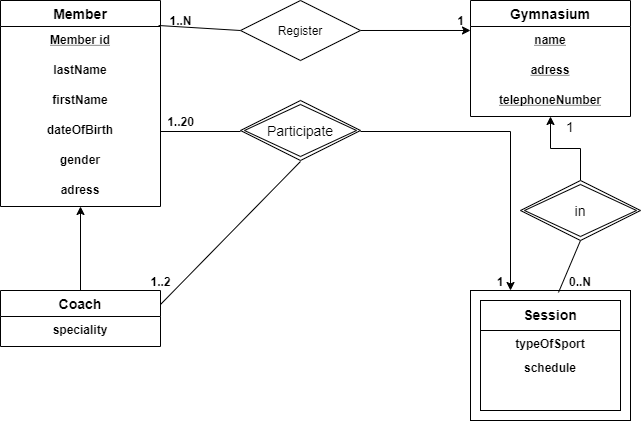
The draw.io diagram chekpoint.png in SaberGuirat/Entity-relationship-model-Checkpoint, before a commit. Source tidied: cells renumbered, new cells last; positions are measured from the earlier drawing's top-left corner, leaving out a move shared by most shapes. Source of this version:
```xml
<mxGraphModel>
  <root>
    <mxCell id="0" />
    <mxCell id="1" parent="0" />
    <mxCell id="2" value="Member" style="swimlane;fontStyle=1;horizontal=1;startSize=26;align=center;fontSize=14;" parent="1" vertex="1">
      <mxGeometry width="160" height="206" as="geometry" />
    </mxCell>
    <mxCell id="3" value="Member id" style="text;strokeColor=none;fillColor=none;spacingLeft=4;spacingRight=4;overflow=hidden;points=[[0,0.5],[1,0.5]];portConstraint=eastwest;fontSize=12;align=center;fontStyle=5;" parent="2" vertex="1">
      <mxGeometry y="26" width="160" height="30" as="geometry" />
    </mxCell>
    <mxCell id="4" value="lastName" style="text;strokeColor=none;fillColor=none;spacingLeft=4;spacingRight=4;overflow=hidden;fontSize=12;align=center;fontStyle=1;" parent="2" vertex="1">
      <mxGeometry y="56" width="160" height="30" as="geometry" />
    </mxCell>
    <mxCell id="5" value="firstName" style="text;strokeColor=none;fillColor=none;spacingLeft=4;spacingRight=4;overflow=hidden;fontSize=12;align=center;fontStyle=1;" parent="2" vertex="1">
      <mxGeometry y="86" width="160" height="30" as="geometry" />
    </mxCell>
    <mxCell id="6" value="dateOfBirth&#10;" style="text;strokeColor=none;fillColor=none;spacingLeft=4;spacingRight=4;overflow=hidden;points=[[0,0.5],[1,0.5]];portConstraint=eastwest;fontSize=12;align=center;fontStyle=1;" parent="2" vertex="1">
      <mxGeometry y="116" width="160" height="30" as="geometry" />
    </mxCell>
    <mxCell id="7" value="gender" style="text;strokeColor=none;fillColor=none;spacingLeft=4;spacingRight=4;overflow=hidden;fontSize=12;align=center;fontStyle=1;" parent="2" vertex="1">
      <mxGeometry y="146" width="160" height="30" as="geometry" />
    </mxCell>
    <mxCell id="8" value="adress&#10;" style="text;strokeColor=none;fillColor=none;spacingLeft=4;spacingRight=4;overflow=hidden;fontSize=12;align=center;fontStyle=1;" parent="2" vertex="1">
      <mxGeometry y="176" width="160" height="30" as="geometry" />
    </mxCell>
    <mxCell id="9" value="Gymnasium" style="swimlane;fontStyle=1;horizontal=1;startSize=26;align=center;fontSize=14;" parent="1" vertex="1">
      <mxGeometry x="470" width="160" height="116" as="geometry" />
    </mxCell>
    <mxCell id="10" value="name" style="text;strokeColor=none;fillColor=none;spacingLeft=4;spacingRight=4;overflow=hidden;points=[[0,0.5],[1,0.5]];portConstraint=eastwest;fontSize=12;align=center;fontStyle=5;" parent="9" vertex="1">
      <mxGeometry y="26" width="160" height="30" as="geometry" />
    </mxCell>
    <mxCell id="11" value="adress" style="text;strokeColor=none;fillColor=none;spacingLeft=4;spacingRight=4;overflow=hidden;fontSize=12;align=center;fontStyle=5;" parent="9" vertex="1">
      <mxGeometry y="56" width="160" height="30" as="geometry" />
    </mxCell>
    <mxCell id="12" value="telephoneNumber" style="text;strokeColor=none;fillColor=none;spacingLeft=4;spacingRight=4;overflow=hidden;points=[[0,0.5],[1,0.5]];portConstraint=eastwest;fontSize=12;align=center;fontStyle=5;" parent="9" vertex="1">
      <mxGeometry y="86" width="160" height="30" as="geometry" />
    </mxCell>
    <mxCell id="13" style="endArrow=none;html=1;rounded=0;exitX=0.988;exitY=-0.033;exitDx=0;exitDy=0;exitPerimeter=0;entryX=0;entryY=0.5;entryDx=0;entryDy=0;" parent="1" edge="1" source="3" target="15">
      <mxGeometry relative="1" as="geometry" />
    </mxCell>
    <mxCell id="14" style="edgeStyle=orthogonalEdgeStyle;rounded=0;jettySize=auto;html=1;fontSize=14;entryX=0;entryY=0.133;entryDx=0;entryDy=0;entryPerimeter=0;" parent="1" edge="1" source="15" target="10">
      <mxGeometry relative="1" as="geometry" />
    </mxCell>
    <mxCell id="15" value="Register&lt;br&gt;" style="shape=rhombus;perimeter=rhombusPerimeter;whiteSpace=wrap;html=1;align=center;" parent="1" vertex="1">
      <mxGeometry x="240" width="120" height="60" as="geometry" />
    </mxCell>
    <mxCell id="16" value="&lt;b&gt;1..N&lt;/b&gt;" style="text;html=1;align=center;verticalAlign=middle;" parent="1" vertex="1">
      <mxGeometry x="160" y="10" width="40" height="20" as="geometry" />
    </mxCell>
    <mxCell id="17" style="edgeStyle=orthogonalEdgeStyle;rounded=0;jettySize=auto;html=1;" parent="1" edge="1" source="18" target="2">
      <mxGeometry relative="1" as="geometry" />
    </mxCell>
    <mxCell id="18" value="Coach" style="swimlane;fontStyle=1;horizontal=1;startSize=26;align=center;fontSize=14;" parent="1" vertex="1">
      <mxGeometry y="290" width="160" height="56" as="geometry" />
    </mxCell>
    <mxCell id="19" value="speciality" style="text;strokeColor=none;fillColor=none;spacingLeft=4;spacingRight=4;overflow=hidden;fontSize=12;align=center;fontStyle=1;" parent="18" vertex="1">
      <mxGeometry y="26" width="160" height="30" as="geometry" />
    </mxCell>
    <mxCell id="20" style="whiteSpace=wrap;html=1;align=center;rounded=0;shadow=0;glass=0;sketch=0;strokeColor=#000000;fillColor=#ffffff;" parent="1" vertex="1">
      <mxGeometry x="470" y="290" width="160" height="130" as="geometry" />
    </mxCell>
    <mxCell id="21" value="Session" style="text;fillColor=none;spacingLeft=4;spacingRight=4;overflow=hidden;fontSize=14;rounded=0;shadow=0;glass=0;sketch=0;align=center;strokeColor=#000000;fontStyle=1;" parent="1" vertex="1">
      <mxGeometry x="480" y="300" width="140" height="30" as="geometry" />
    </mxCell>
    <mxCell id="22" value="typeOfSport" style="text;fillColor=none;spacingLeft=4;spacingRight=4;overflow=hidden;fontSize=12;rounded=0;shadow=0;glass=0;sketch=0;align=center;strokeColor=#000000;fontStyle=1;" parent="1" vertex="1">
      <mxGeometry x="480" y="330" width="140" height="80" as="geometry" />
    </mxCell>
    <mxCell id="23" value="&#10;schedule" style="text;fillColor=none;spacingLeft=4;spacingRight=4;overflow=hidden;fontSize=12;rounded=0;shadow=0;glass=0;sketch=0;align=center;fontStyle=1;" parent="1" vertex="1">
      <mxGeometry x="480" y="340" width="140" height="50" as="geometry" />
    </mxCell>
    <mxCell id="24" style="edgeStyle=orthogonalEdgeStyle;rounded=0;jettySize=auto;html=1;entryX=0.25;entryY=0;entryDx=0;entryDy=0;fontSize=14;" parent="1" edge="1" target="20">
      <mxGeometry relative="1" as="geometry">
        <mxPoint x="360" y="131" as="sourcePoint" />
      </mxGeometry>
    </mxCell>
    <mxCell id="25" style="endArrow=none;html=1;rounded=0;fontSize=14;exitX=0;exitY=0.5;exitDx=0;exitDy=0;entryX=1;entryY=0.5;entryDx=0;entryDy=0;" parent="1" edge="1" target="6">
      <mxGeometry relative="1" as="geometry">
        <mxPoint x="240" y="131" as="sourcePoint" />
      </mxGeometry>
    </mxCell>
    <mxCell id="26" value="&lt;b&gt;1&lt;/b&gt;" style="text;html=1;align=center;verticalAlign=middle;" parent="1" vertex="1">
      <mxGeometry x="450" y="10" width="20" height="20" as="geometry" />
    </mxCell>
    <mxCell id="27" value="&lt;b style=&quot;font-size: 12px&quot;&gt;1..20&lt;/b&gt;" style="text;html=1;align=center;verticalAlign=middle;fontSize=14;" parent="1" vertex="1">
      <mxGeometry x="160" y="110" width="40" height="20" as="geometry" />
    </mxCell>
    <mxCell id="28" value="&lt;b style=&quot;font-size: 12px&quot;&gt;1&lt;/b&gt;" style="text;html=1;strokeColor=none;fillColor=none;align=center;verticalAlign=middle;whiteSpace=wrap;rounded=0;shadow=0;glass=0;sketch=0;fontSize=14;" parent="1" vertex="1">
      <mxGeometry x="480" y="270" width="40" height="20" as="geometry" />
    </mxCell>
    <mxCell id="29" style="endArrow=none;html=1;rounded=0;fontSize=14;entryX=0.5;entryY=1;entryDx=0;entryDy=0;exitX=1;exitY=0.25;exitDx=0;exitDy=0;" parent="1" edge="1" source="18">
      <mxGeometry relative="1" as="geometry">
        <mxPoint x="300" y="161" as="targetPoint" />
      </mxGeometry>
    </mxCell>
    <mxCell id="30" value="&lt;b style=&quot;font-size: 12px&quot;&gt;1..2&lt;/b&gt;" style="text;html=1;align=center;verticalAlign=middle;fontSize=14;" parent="1" vertex="1">
      <mxGeometry x="140" y="270" width="40" height="20" as="geometry" />
    </mxCell>
    <mxCell id="31" value="Participate" style="shape=rhombus;double=1;perimeter=rhombusPerimeter;whiteSpace=wrap;html=1;align=center;rounded=0;shadow=0;glass=0;sketch=0;strokeColor=#000000;fillColor=#ffffff;fontSize=14;" parent="1" vertex="1">
      <mxGeometry x="240" y="100" width="120" height="60" as="geometry" />
    </mxCell>
    <mxCell id="32" style="edgeStyle=orthogonalEdgeStyle;rounded=0;jettySize=auto;html=1;fontSize=14;" parent="1" edge="1" target="9">
      <mxGeometry relative="1" as="geometry">
        <mxPoint x="580" y="180" as="sourcePoint" />
      </mxGeometry>
    </mxCell>
    <mxCell id="33" style="endArrow=none;html=1;rounded=0;fontSize=14;exitX=0.55;exitY=0.015;exitDx=0;exitDy=0;exitPerimeter=0;entryX=0.5;entryY=1;entryDx=0;entryDy=0;" parent="1" edge="1" source="20">
      <mxGeometry relative="1" as="geometry">
        <mxPoint x="580" y="240" as="targetPoint" />
      </mxGeometry>
    </mxCell>
    <mxCell id="34" value="&lt;span style=&quot;font-size: 12px&quot;&gt;&lt;b&gt;0..N&lt;/b&gt;&lt;/span&gt;" style="text;html=1;strokeColor=none;fillColor=none;align=center;verticalAlign=middle;whiteSpace=wrap;rounded=0;shadow=0;glass=0;sketch=0;fontSize=14;" parent="1" vertex="1">
      <mxGeometry x="560" y="270" width="40" height="20" as="geometry" />
    </mxCell>
    <mxCell id="35" value="1" style="text;html=1;strokeColor=none;fillColor=none;align=center;verticalAlign=middle;whiteSpace=wrap;rounded=0;shadow=0;glass=0;sketch=0;fontSize=14;" parent="1" vertex="1">
      <mxGeometry x="550" y="116" width="40" height="20" as="geometry" />
    </mxCell>
    <mxCell id="36" value="in" style="shape=rhombus;double=1;perimeter=rhombusPerimeter;whiteSpace=wrap;html=1;align=center;rounded=0;shadow=0;glass=0;sketch=0;strokeColor=#000000;fillColor=#ffffff;fontSize=14;" parent="1" vertex="1">
      <mxGeometry x="520" y="180" width="120" height="60" as="geometry" />
    </mxCell>
  </root>
</mxGraphModel>
```
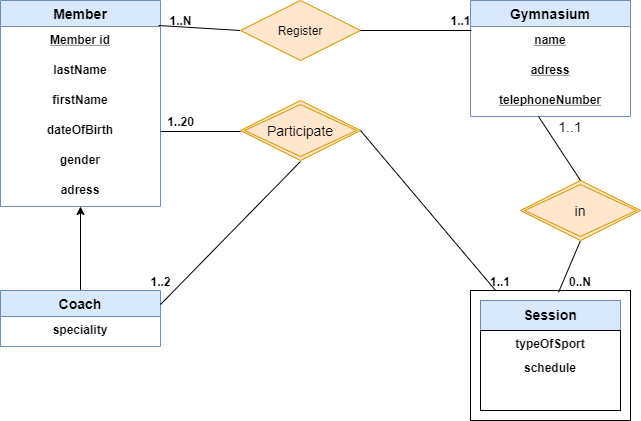
Above is the later version.

Diff of the diagram source:
```diff
@@ -2,7 +2,7 @@
   <root>
     <mxCell id="0" />
     <mxCell id="1" parent="0" />
-    <mxCell id="2" value="Member" style="swimlane;fontStyle=1;horizontal=1;startSize=26;align=center;fontSize=14;" parent="1" vertex="1">
+    <mxCell id="2" value="Member" style="swimlane;fontStyle=1;horizontal=1;startSize=26;align=center;fontSize=14;fillColor=#dae8fc;strokeColor=#6c8ebf;" parent="1" vertex="1">
       <mxGeometry width="160" height="206" as="geometry" />
     </mxCell>
     <mxCell id="3" value="Member id" style="text;strokeColor=none;fillColor=none;spacingLeft=4;spacingRight=4;overflow=hidden;points=[[0,0.5],[1,0.5]];portConstraint=eastwest;fontSize=12;align=center;fontStyle=5;" parent="2" vertex="1">
@@ -23,7 +23,7 @@
     <mxCell id="8" value="adress&#10;" style="text;strokeColor=none;fillColor=none;spacingLeft=4;spacingRight=4;overflow=hidden;fontSize=12;align=center;fontStyle=1;" parent="2" vertex="1">
       <mxGeometry y="176" width="160" height="30" as="geometry" />
     </mxCell>
-    <mxCell id="9" value="Gymnasium" style="swimlane;fontStyle=1;horizontal=1;startSize=26;align=center;fontSize=14;" parent="1" vertex="1">
+    <mxCell id="9" value="Gymnasium" style="swimlane;fontStyle=1;horizontal=1;startSize=26;align=center;fontSize=14;fillColor=#dae8fc;strokeColor=#6c8ebf;" parent="1" vertex="1">
       <mxGeometry x="470" width="160" height="116" as="geometry" />
     </mxCell>
     <mxCell id="10" value="name" style="text;strokeColor=none;fillColor=none;spacingLeft=4;spacingRight=4;overflow=hidden;points=[[0,0.5],[1,0.5]];portConstraint=eastwest;fontSize=12;align=center;fontStyle=5;" parent="9" vertex="1">
@@ -38,10 +38,7 @@
     <mxCell id="13" style="endArrow=none;html=1;rounded=0;exitX=0.988;exitY=-0.033;exitDx=0;exitDy=0;exitPerimeter=0;entryX=0;entryY=0.5;entryDx=0;entryDy=0;" parent="1" edge="1" source="3" target="15">
       <mxGeometry relative="1" as="geometry" />
     </mxCell>
-    <mxCell id="14" style="edgeStyle=orthogonalEdgeStyle;rounded=0;jettySize=auto;html=1;fontSize=14;entryX=0;entryY=0.133;entryDx=0;entryDy=0;entryPerimeter=0;" parent="1" edge="1" source="15" target="10">
-      <mxGeometry relative="1" as="geometry" />
-    </mxCell>
-    <mxCell id="15" value="Register&lt;br&gt;" style="shape=rhombus;perimeter=rhombusPerimeter;whiteSpace=wrap;html=1;align=center;" parent="1" vertex="1">
+    <mxCell id="15" value="Register&lt;br&gt;" style="shape=rhombus;perimeter=rhombusPerimeter;whiteSpace=wrap;html=1;align=center;fillColor=#ffe6cc;strokeColor=#d79b00;" parent="1" vertex="1">
       <mxGeometry x="240" width="120" height="60" as="geometry" />
     </mxCell>
     <mxCell id="16" value="&lt;b&gt;1..N&lt;/b&gt;" style="text;html=1;align=center;verticalAlign=middle;" parent="1" vertex="1">
@@ -50,7 +47,7 @@
     <mxCell id="17" style="edgeStyle=orthogonalEdgeStyle;rounded=0;jettySize=auto;html=1;" parent="1" edge="1" source="18" target="2">
       <mxGeometry relative="1" as="geometry" />
     </mxCell>
-    <mxCell id="18" value="Coach" style="swimlane;fontStyle=1;horizontal=1;startSize=26;align=center;fontSize=14;" parent="1" vertex="1">
+    <mxCell id="18" value="Coach" style="swimlane;fontStyle=1;horizontal=1;startSize=26;align=center;fontSize=14;fillColor=#dae8fc;strokeColor=#6c8ebf;" parent="1" vertex="1">
       <mxGeometry y="290" width="160" height="56" as="geometry" />
     </mxCell>
     <mxCell id="19" value="speciality" style="text;strokeColor=none;fillColor=none;spacingLeft=4;spacingRight=4;overflow=hidden;fontSize=12;align=center;fontStyle=1;" parent="18" vertex="1">
@@ -59,7 +56,7 @@
     <mxCell id="20" style="whiteSpace=wrap;html=1;align=center;rounded=0;shadow=0;glass=0;sketch=0;strokeColor=#000000;fillColor=#ffffff;" parent="1" vertex="1">
       <mxGeometry x="470" y="290" width="160" height="130" as="geometry" />
     </mxCell>
-    <mxCell id="21" value="Session" style="text;fillColor=none;spacingLeft=4;spacingRight=4;overflow=hidden;fontSize=14;rounded=0;shadow=0;glass=0;sketch=0;align=center;strokeColor=#000000;fontStyle=1;" parent="1" vertex="1">
+    <mxCell id="21" value="Session" style="text;fillColor=#dae8fc;spacingLeft=4;spacingRight=4;overflow=hidden;fontSize=14;rounded=0;shadow=0;glass=0;sketch=0;align=center;strokeColor=#6c8ebf;fontStyle=1;" parent="1" vertex="1">
       <mxGeometry x="480" y="300" width="140" height="30" as="geometry" />
     </mxCell>
     <mxCell id="22" value="typeOfSport" style="text;fillColor=none;spacingLeft=4;spacingRight=4;overflow=hidden;fontSize=12;rounded=0;shadow=0;glass=0;sketch=0;align=center;strokeColor=#000000;fontStyle=1;" parent="1" vertex="1">
@@ -68,23 +65,18 @@
     <mxCell id="23" value="&#10;schedule" style="text;fillColor=none;spacingLeft=4;spacingRight=4;overflow=hidden;fontSize=12;rounded=0;shadow=0;glass=0;sketch=0;align=center;fontStyle=1;" parent="1" vertex="1">
       <mxGeometry x="480" y="340" width="140" height="50" as="geometry" />
     </mxCell>
-    <mxCell id="24" style="edgeStyle=orthogonalEdgeStyle;rounded=0;jettySize=auto;html=1;entryX=0.25;entryY=0;entryDx=0;entryDy=0;fontSize=14;" parent="1" edge="1" target="20">
-      <mxGeometry relative="1" as="geometry">
-        <mxPoint x="360" y="131" as="sourcePoint" />
-      </mxGeometry>
-    </mxCell>
     <mxCell id="25" style="endArrow=none;html=1;rounded=0;fontSize=14;exitX=0;exitY=0.5;exitDx=0;exitDy=0;entryX=1;entryY=0.5;entryDx=0;entryDy=0;" parent="1" edge="1" target="6">
       <mxGeometry relative="1" as="geometry">
         <mxPoint x="240" y="131" as="sourcePoint" />
       </mxGeometry>
     </mxCell>
-    <mxCell id="26" value="&lt;b&gt;1&lt;/b&gt;" style="text;html=1;align=center;verticalAlign=middle;" parent="1" vertex="1">
-      <mxGeometry x="450" y="10" width="20" height="20" as="geometry" />
+    <mxCell id="26" value="&lt;b&gt;1..1&lt;/b&gt;" style="text;html=1;align=center;verticalAlign=middle;" parent="1" vertex="1">
+      <mxGeometry x="440" y="10" width="40" height="20" as="geometry" />
     </mxCell>
     <mxCell id="27" value="&lt;b style=&quot;font-size: 12px&quot;&gt;1..20&lt;/b&gt;" style="text;html=1;align=center;verticalAlign=middle;fontSize=14;" parent="1" vertex="1">
       <mxGeometry x="160" y="110" width="40" height="20" as="geometry" />
     </mxCell>
-    <mxCell id="28" value="&lt;b style=&quot;font-size: 12px&quot;&gt;1&lt;/b&gt;" style="text;html=1;strokeColor=none;fillColor=none;align=center;verticalAlign=middle;whiteSpace=wrap;rounded=0;shadow=0;glass=0;sketch=0;fontSize=14;" parent="1" vertex="1">
+    <mxCell id="28" value="&lt;b style=&quot;font-size: 12px&quot;&gt;1..1&lt;/b&gt;" style="text;html=1;strokeColor=none;fillColor=none;align=center;verticalAlign=middle;whiteSpace=wrap;rounded=0;shadow=0;glass=0;sketch=0;fontSize=14;" parent="1" vertex="1">
       <mxGeometry x="480" y="270" width="40" height="20" as="geometry" />
     </mxCell>
     <mxCell id="29" style="endArrow=none;html=1;rounded=0;fontSize=14;entryX=0.5;entryY=1;entryDx=0;entryDy=0;exitX=1;exitY=0.25;exitDx=0;exitDy=0;" parent="1" edge="1" source="18">
@@ -95,14 +87,9 @@
     <mxCell id="30" value="&lt;b style=&quot;font-size: 12px&quot;&gt;1..2&lt;/b&gt;" style="text;html=1;align=center;verticalAlign=middle;fontSize=14;" parent="1" vertex="1">
       <mxGeometry x="140" y="270" width="40" height="20" as="geometry" />
     </mxCell>
-    <mxCell id="31" value="Participate" style="shape=rhombus;double=1;perimeter=rhombusPerimeter;whiteSpace=wrap;html=1;align=center;rounded=0;shadow=0;glass=0;sketch=0;strokeColor=#000000;fillColor=#ffffff;fontSize=14;" parent="1" vertex="1">
+    <mxCell id="31" value="Participate" style="shape=rhombus;double=1;perimeter=rhombusPerimeter;whiteSpace=wrap;html=1;align=center;rounded=0;shadow=0;glass=0;sketch=0;strokeColor=#d79b00;fillColor=#ffe6cc;fontSize=14;" parent="1" vertex="1">
       <mxGeometry x="240" y="100" width="120" height="60" as="geometry" />
     </mxCell>
-    <mxCell id="32" style="edgeStyle=orthogonalEdgeStyle;rounded=0;jettySize=auto;html=1;fontSize=14;" parent="1" edge="1" target="9">
-      <mxGeometry relative="1" as="geometry">
-        <mxPoint x="580" y="180" as="sourcePoint" />
-      </mxGeometry>
-    </mxCell>
     <mxCell id="33" style="endArrow=none;html=1;rounded=0;fontSize=14;exitX=0.55;exitY=0.015;exitDx=0;exitDy=0;exitPerimeter=0;entryX=0.5;entryY=1;entryDx=0;entryDy=0;" parent="1" edge="1" source="20">
       <mxGeometry relative="1" as="geometry">
         <mxPoint x="580" y="240" as="targetPoint" />
@@ -111,11 +98,22 @@
     <mxCell id="34" value="&lt;span style=&quot;font-size: 12px&quot;&gt;&lt;b&gt;0..N&lt;/b&gt;&lt;/span&gt;" style="text;html=1;strokeColor=none;fillColor=none;align=center;verticalAlign=middle;whiteSpace=wrap;rounded=0;shadow=0;glass=0;sketch=0;fontSize=14;" parent="1" vertex="1">
       <mxGeometry x="560" y="270" width="40" height="20" as="geometry" />
     </mxCell>
-    <mxCell id="35" value="1" style="text;html=1;strokeColor=none;fillColor=none;align=center;verticalAlign=middle;whiteSpace=wrap;rounded=0;shadow=0;glass=0;sketch=0;fontSize=14;" parent="1" vertex="1">
+    <mxCell id="35" value="1..1" style="text;html=1;strokeColor=none;fillColor=none;align=center;verticalAlign=middle;whiteSpace=wrap;rounded=0;shadow=0;glass=0;sketch=0;fontSize=14;" parent="1" vertex="1">
       <mxGeometry x="550" y="116" width="40" height="20" as="geometry" />
     </mxCell>
-    <mxCell id="36" value="in" style="shape=rhombus;double=1;perimeter=rhombusPerimeter;whiteSpace=wrap;html=1;align=center;rounded=0;shadow=0;glass=0;sketch=0;strokeColor=#000000;fillColor=#ffffff;fontSize=14;" parent="1" vertex="1">
+    <mxCell id="36" value="in" style="shape=rhombus;double=1;perimeter=rhombusPerimeter;whiteSpace=wrap;html=1;align=center;rounded=0;shadow=0;glass=0;sketch=0;strokeColor=#d79b00;fillColor=#ffe6cc;fontSize=14;" parent="1" vertex="1">
       <mxGeometry x="520" y="180" width="120" height="60" as="geometry" />
     </mxCell>
+    <mxCell id="37" style="endArrow=none;html=1;rounded=0;exitX=1;exitY=0.5;exitDx=0;exitDy=0;" parent="1" edge="1" source="31" target="20">
+      <mxGeometry relative="1" as="geometry" />
+    </mxCell>
+    <mxCell id="38" style="endArrow=none;html=1;rounded=0;entryX=0.5;entryY=0;entryDx=0;entryDy=0;exitX=0.425;exitY=1;exitDx=0;exitDy=0;exitPerimeter=0;" parent="1" edge="1" source="12" target="36">
+      <mxGeometry relative="1" as="geometry" />
+    </mxCell>
+    <mxCell id="39" style="endArrow=none;html=1;rounded=0;entryX=1;entryY=0.5;entryDx=0;entryDy=0;" parent="1" edge="1" target="15">
+      <mxGeometry relative="1" as="geometry">
+        <mxPoint x="471" y="30" as="sourcePoint" />
+      </mxGeometry>
+    </mxCell>
   </root>
 </mxGraphModel>
```
